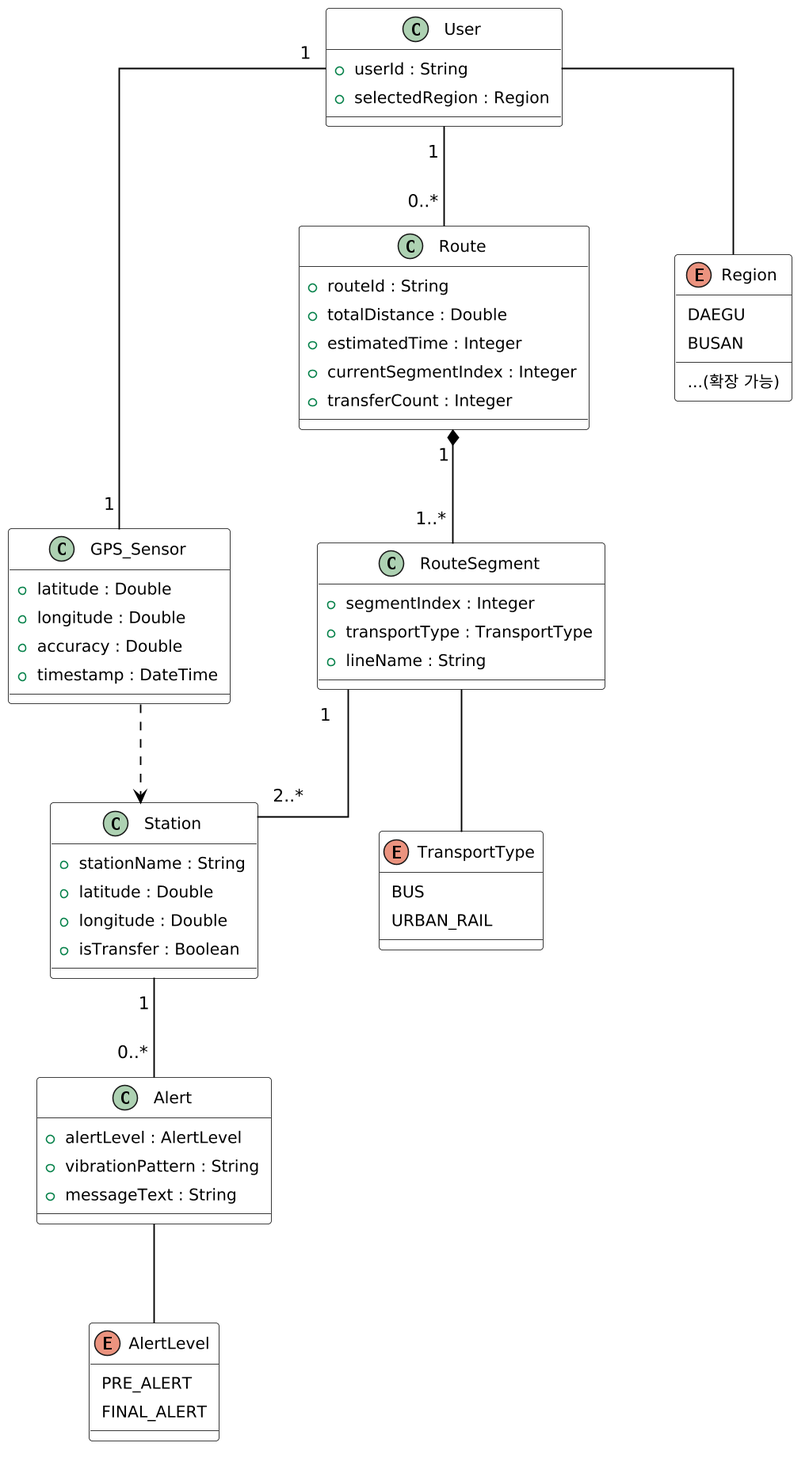
moonchanju/adigasu keeps this PlantUML diagram as images/domain_class_diagram_v3.png. Above is the earlier version.
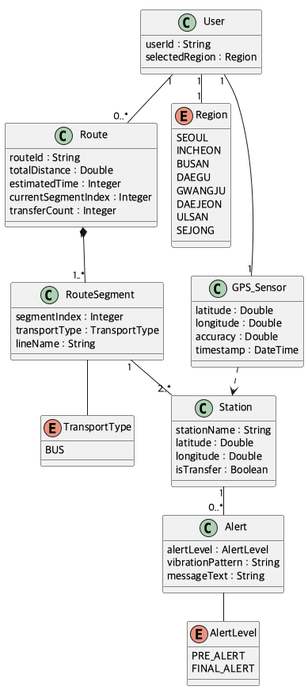
Later version of the same file.

What changed in the source:
```diff
@@ -1,91 +1,65 @@
 @startuml
-skinparam linetype ortho
-skinparam backgroundColor #FFFFFF
-skinparam dpi 150
-skinparam defaultFontName "Nanum Gothic"
-skinparam defaultFontSize 14
-skinparam shadowing false
-skinparam Padding 4
-skinparam NodeSep 70
-skinparam RankSep 80
-skinparam ArrowThickness 1.2
-skinparam ArrowColor #000000
-
-skinparam class {
-  BackgroundColor #FFFFFF
-  BorderColor #000000
-  ArrowColor #000000
-  FontColor #000000
-  FontStyle plain
-  AttributeFontSize 13
-  AttributeFontColor #000000
-}
+!pragma layout smetana
+skinparam defaultFontName "Apple SD Gothic Neo"
 
 class User {
-  +userId : String
-  +selectedRegion : Region
+  userId : String
+  selectedRegion : Region
 }
-
+class Route {
+  routeId : String
+  totalDistance : Double
+  estimatedTime : Integer
+  currentSegmentIndex : Integer
+  transferCount : Integer
+}
+enum Region {
+  SEOUL
+  INCHEON
+  BUSAN
+  DAEGU
+  GWANGJU
+  DAEJEON
+  ULSAN
+  SEJONG
+}
 class GPS_Sensor {
-  +latitude : Double
-  +longitude : Double
-  +accuracy : Double
-  +timestamp : DateTime
+  latitude : Double
+  longitude : Double
+  accuracy : Double
+  timestamp : DateTime
 }
-
-class Route {
-  +routeId : String
-  +totalDistance : Double
-  +estimatedTime : Integer
-  +currentSegmentIndex : Integer
-  +transferCount : Integer
+class RouteSegment {
+  segmentIndex : Integer
+  transportType : TransportType
+  lineName : String
 }
-
-class RouteSegment {
-  +segmentIndex : Integer
-  +transportType : TransportType
-  +lineName : String
+class Station {
+  stationName : String
+  latitude : Double
+  longitude : Double
+  isTransfer : Boolean
 }
-
-class Station {
-  +stationName : String
-  +latitude : Double
-  +longitude : Double
-  +isTransfer : Boolean
-}
-
-class Alert {
-  +alertLevel : AlertLevel
-  +vibrationPattern : String
-  +messageText : String
-}
-
-enum Region {
-  DAEGU
-  BUSAN
-  ...(확장 가능)
-}
-
 enum TransportType {
   BUS
-  URBAN_RAIL
 }
-
+class Alert {
+  alertLevel : AlertLevel
+  vibrationPattern : String
+  messageText : String
+}
 enum AlertLevel {
   PRE_ALERT
   FINAL_ALERT
 }
 
 User "1" -- "0..*" Route
+User "1" -- "1" Region
 User "1" -- "1" GPS_Sensor
-
 Route "1" *-- "1..*" RouteSegment
 RouteSegment "1" -- "2..*" Station
 RouteSegment -- TransportType
-
+GPS_Sensor ..> Station
 Station "1" -- "0..*" Alert
 Alert -- AlertLevel
-
-GPS_Sensor ..> Station
-User -- Region
 @enduml
```
